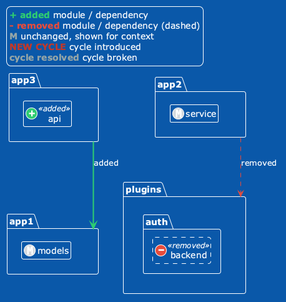
nkhitrov/arch-blueprint keeps this PlantUML diagram as docs/images/diff.png. Above is the earlier version.
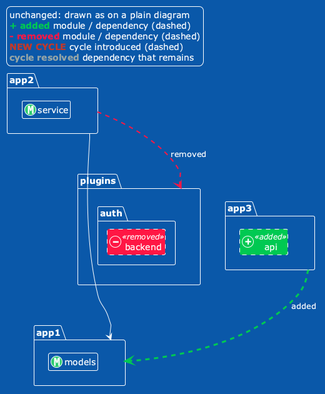
Above is the later version.

Diff of the diagram source:
```diff
@@ -5,26 +5,27 @@
 hide empty members
 
 legend top left
-  <color:#2ECC71>**+ added**</color> module / dependency
-  <color:#E74C3C>**- removed**</color> module / dependency (dashed)
-  <color:#95A5A6>**M**</color> unchanged, shown for context
-  <color:#C0392B>**NEW CYCLE**</color> cycle introduced
-  <color:#95A5A6>**cycle resolved**</color> cycle broken
+  unchanged: drawn as on a plain diagram
+  <color:#00C853>**+ added**</color> module / dependency (dashed)
+  <color:#FF1744>**- removed**</color> module / dependency (dashed)
+  <color:#C0392B>**NEW CYCLE**</color> cycle introduced (dashed)
+  <color:#95A5A6>**cycle resolved**</color> dependency that remains
 endlegend
 
 package app1 {
-  class app1.models <<(M, #D5D8DC)>>
+  class app1.models <<(M, #2ECC71)>>
 }
 package app2 {
-  class app2.service <<(M, #D5D8DC)>>
+  class app2.service <<(M, #2ECC71)>>
 }
 package app3 {
-  class app3.api <<(+, #2ECC71) added>>
+  class app3.api <<(+, #00C853) added>> #00C853;line.dashed
 }
 package plugins {
-  class plugins.auth.backend <<(-, #E74C3C) removed>> #line.dashed
+  class plugins.auth.backend <<(-, #FF1744) removed>> #FF1744;line.dashed
 }
 
-app2 -[#E74C3C,dashed]-> plugins : removed
-app3 -[#2ECC71,bold]-> app1 : added
+app2 ---> app1
+app2 -[#FF1744,dashed,thickness=2]-> plugins : removed
+app3 -[#00C853,dashed,thickness=3]-> app1 : added
 @enduml
```
